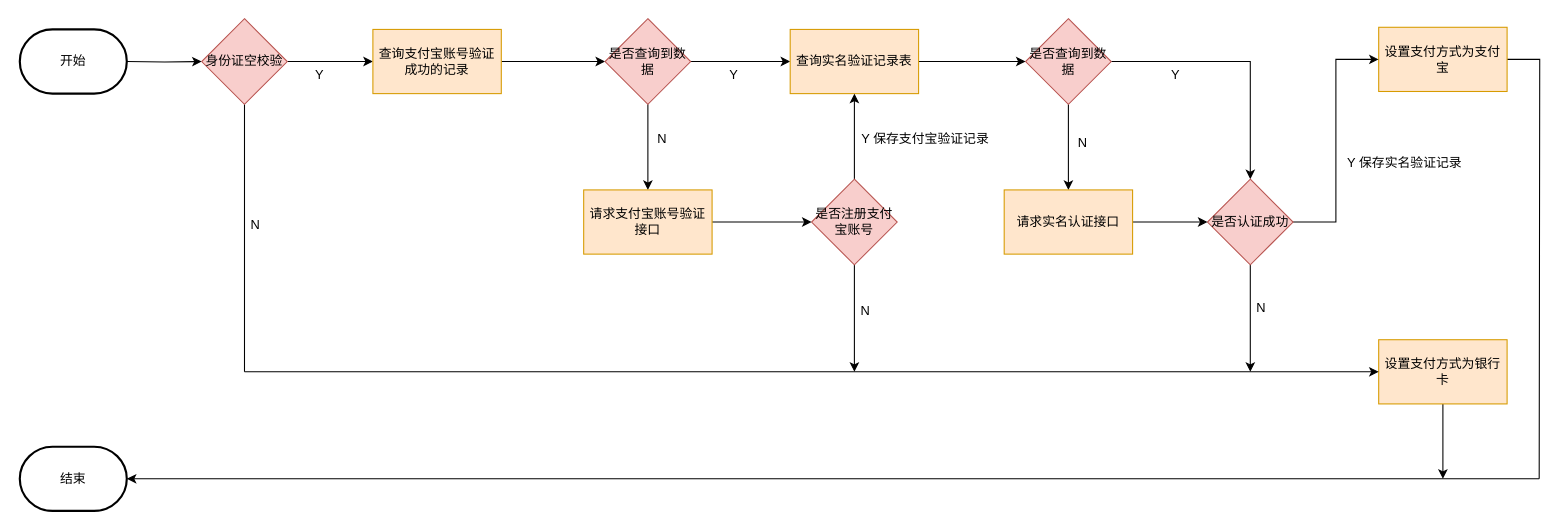
This is 监听投放方式更改事件.drawio from Jie33/draw, a draw.io file, before an edit. Source tidied: cells renumbered, new cells numbered last; positions are measured from the earlier drawing's top-left corner, leaving out a move shared by most shapes. Both pictures are drawn from the tidied source at 107%, with x=0, y=0 at pixel (19, 18).
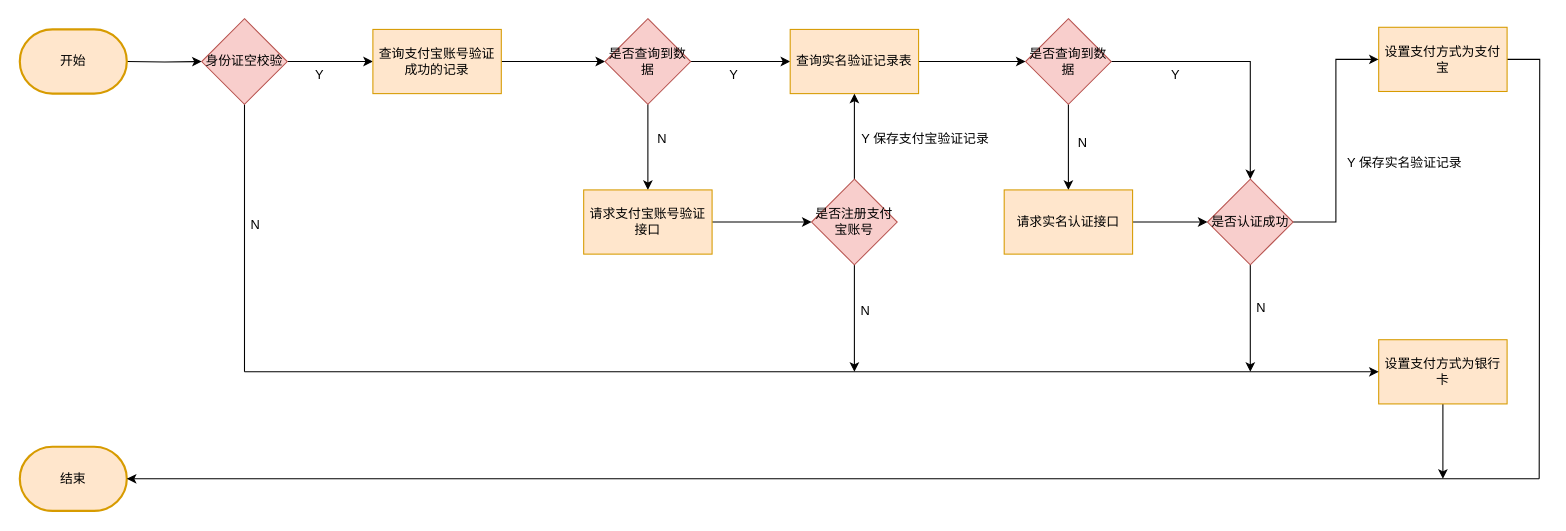
The same diagram, later.

Commit message:
更新监听投放方式更改事件.drawio

Change to the diagram source:
```diff
@@
-    <mxCell id="22" value="开始" style="strokeWidth=2;html=1;shape=mxgraph.flowchart.terminator;whiteSpace=wrap;" parent="1" vertex="1">
+    <mxCell id="22" value="开始" style="strokeWidth=2;html=1;shape=mxgraph.flowchart.terminator;whiteSpace=wrap;fillColor=#ffe6cc;strokeColor=#d79b00;" parent="1" vertex="1">
       <mxGeometry y="10" width="100" height="60" as="geometry" />
     </mxCell>
-    <mxCell id="23" value="结束" style="strokeWidth=2;html=1;shape=mxgraph.flowchart.terminator;whiteSpace=wrap;" parent="1" vertex="1">
+    <mxCell id="23" value="结束" style="strokeWidth=2;html=1;shape=mxgraph.flowchart.terminator;whiteSpace=wrap;fillColor=#ffe6cc;strokeColor=#d79b00;" parent="1" vertex="1">
       <mxGeometry y="400" width="100" height="60" as="geometry" />
     </mxCell>
```
